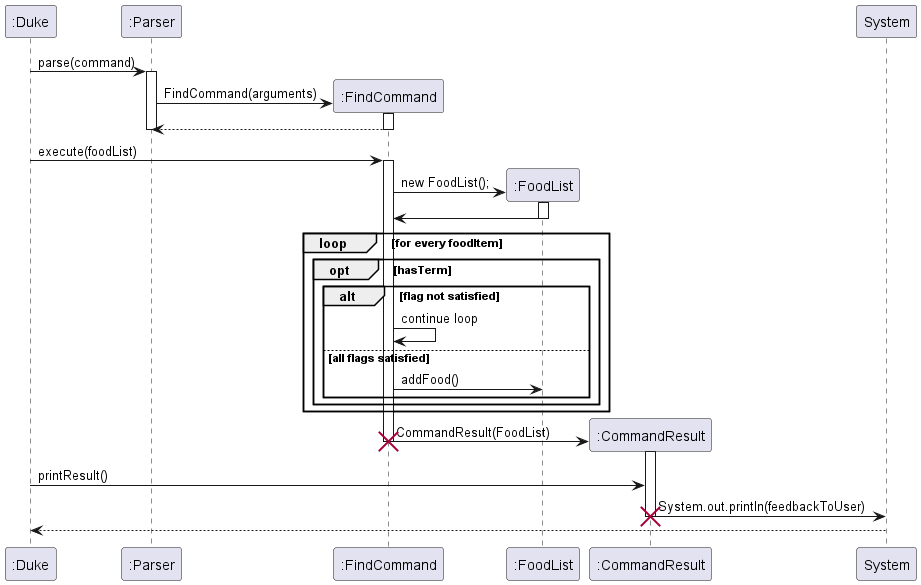
Above: docs/images/FindCommandSequenceDiagram.png in tsx0314/tp (PlantUML), before the change.
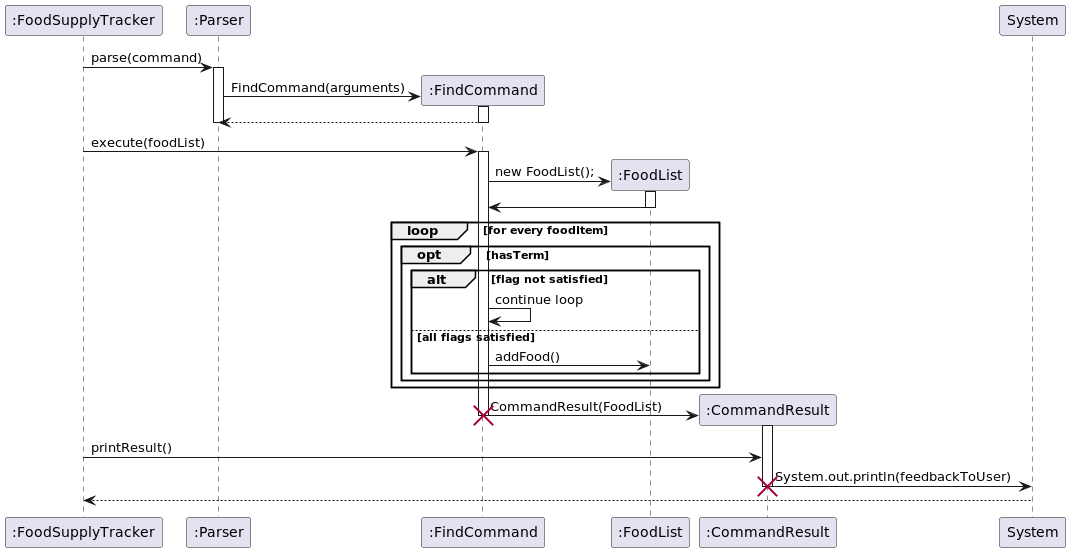
Above is the later version.

Change to the diagram source:
```diff
@@ -1,6 +1,6 @@
 @startuml
 
-":Duke" -> ":Parser": parse(command)
+":FoodSupplyTracker" -> ":Parser": parse(command)
 activate ":Parser"
 
 create ":FindCommand"
@@ -10,7 +10,7 @@
 deactivate ":FindCommand"
 deactivate ":Parser"
 
-":Duke" -> ":FindCommand" : execute(foodList)
+":FoodSupplyTracker" -> ":FindCommand" : execute(foodList)
 activate ":FindCommand"
 
 create ":FoodList" as Result
@@ -36,10 +36,10 @@
 deactivate ":FindCommand"
 destroy ":FindCommand"
 
-":Duke" -> ":CommandResult": printResult()
+":FoodSupplyTracker" -> ":CommandResult": printResult()
 ":CommandResult"->System: System.out.println(feedbackToUser)
 deactivate ":CommandResult"
 destroy ":CommandResult"
 
-System --> ":Duke"
+System --> ":FoodSupplyTracker"
 @enduml
```
